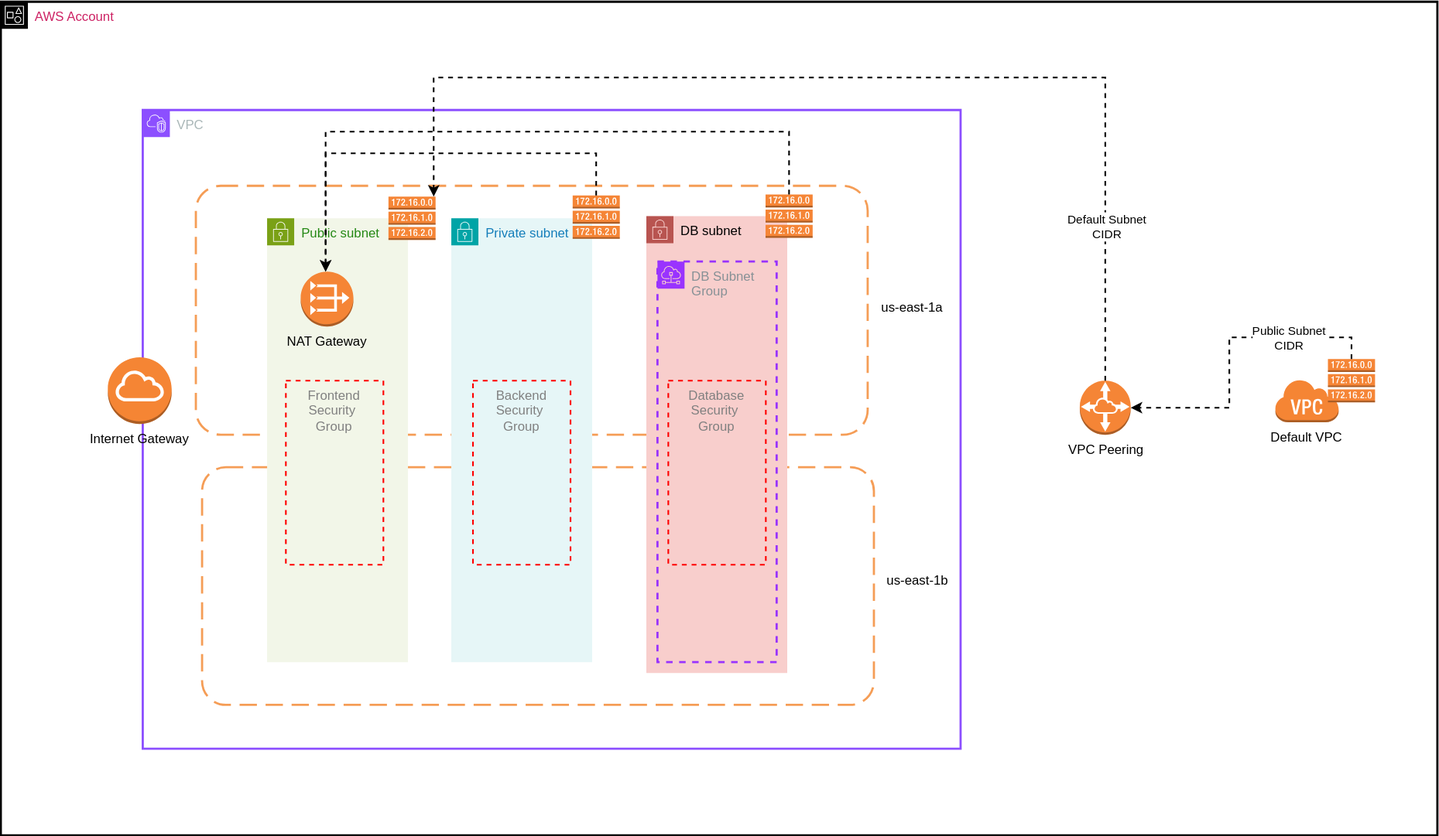
Before: assignment-svgs/vpc-v5.drawio.svg, a diagram exported from draw.io (harsha-commit/daws-terraform). Source tidied: cells renumbered, new cells last; positions are measured from the earlier drawing's top-left corner, leaving out a move shared by most shapes.
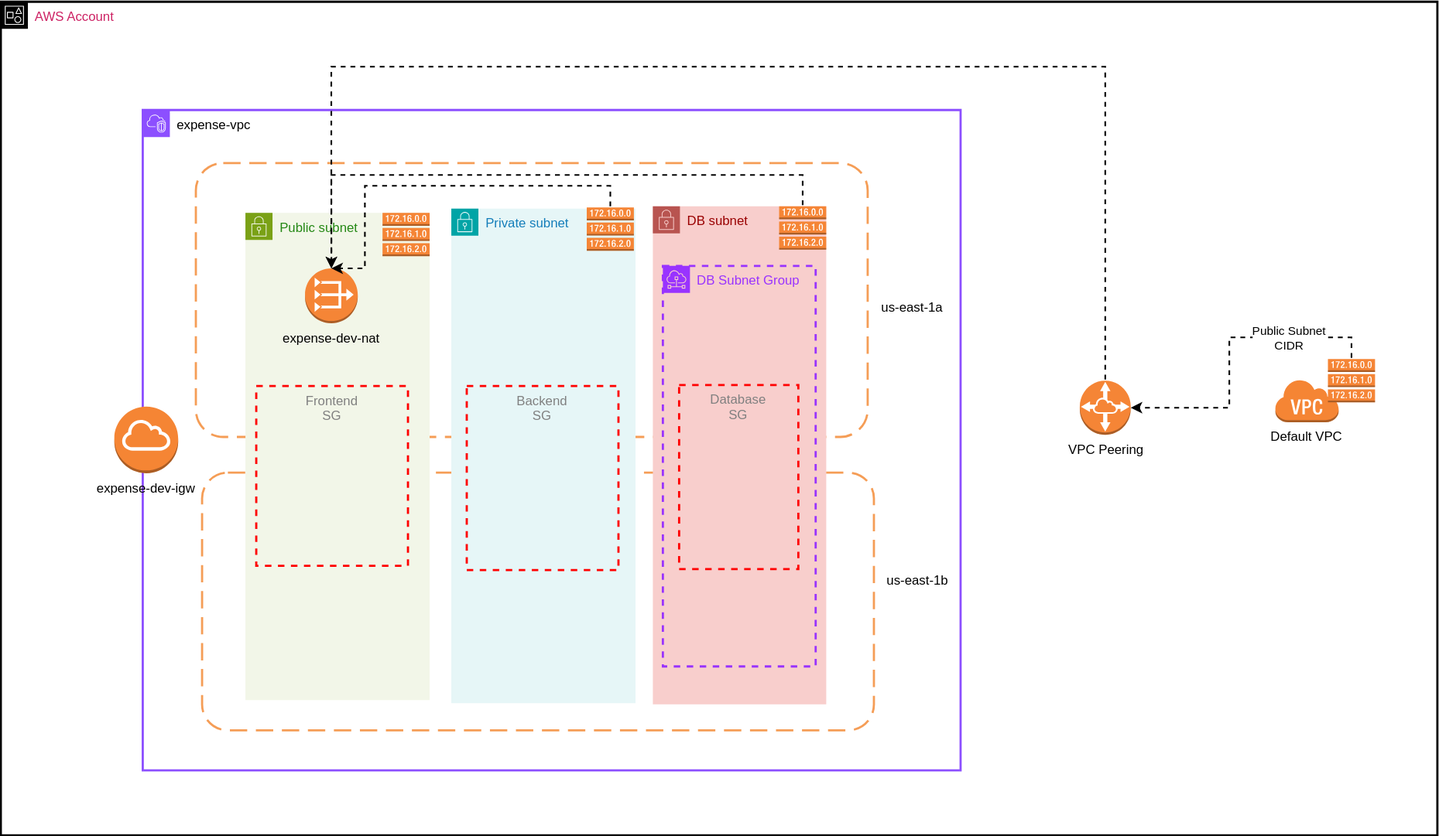
Later version of the same file.

Diff of the diagram source:
```diff
@@ -3,41 +3,35 @@
     <mxCell id="0" />
     <mxCell id="1" value="AZs" parent="0" />
     <mxCell id="2" style="rounded=1;arcSize=10;dashed=1;strokeColor=#F59D56;fillColor=none;gradientColor=none;dashPattern=8 4;strokeWidth=2;" parent="1" vertex="1">
-      <mxGeometry x="180.2" y="170" width="620" height="230" as="geometry" />
+      <mxGeometry x="240.2" y="149" width="620" height="253" as="geometry" />
     </mxCell>
     <mxCell id="3" style="rounded=1;arcSize=10;dashed=1;strokeColor=#F59D56;fillColor=none;gradientColor=none;dashPattern=8 4;strokeWidth=2;" parent="1" vertex="1">
-      <mxGeometry x="186" y="430" width="620" height="219.5" as="geometry" />
+      <mxGeometry x="246" y="435" width="620" height="238" as="geometry" />
     </mxCell>
     <mxCell id="4" value="Main" parent="0" />
     <mxCell id="5" value="Public subnet" style="gradientColor=none;html=1;whiteSpace=wrap;fontSize=12;fontStyle=0;shape=mxgraph.aws4.group;grIcon=mxgraph.aws4.group_security_group;grStroke=0;strokeColor=#7AA116;fillColor=#F2F6E8;verticalAlign=top;align=left;spacingLeft=30;fontColor=#248814;dashed=0;" parent="4" vertex="1">
-      <mxGeometry x="246" y="200" width="130" height="410" as="geometry" />
+      <mxGeometry x="286" y="195" width="170" height="450" as="geometry" />
     </mxCell>
     <mxCell id="6" value="Private subnet" style="gradientColor=none;html=1;whiteSpace=wrap;fontSize=12;fontStyle=0;shape=mxgraph.aws4.group;grIcon=mxgraph.aws4.group_security_group;grStroke=0;strokeColor=#00A4A6;fillColor=#E6F6F7;verticalAlign=top;align=left;spacingLeft=30;fontColor=#147EBA;dashed=0;" parent="4" vertex="1">
-      <mxGeometry x="416" y="200" width="130" height="410" as="geometry" />
+      <mxGeometry x="476" y="191" width="170" height="457" as="geometry" />
     </mxCell>
     <mxCell id="7" style="dashed=0;verticalLabelPosition=bottom;verticalAlign=top;align=center;html=1;shape=mxgraph.aws3.route_table;fillColor=#F58536;gradientColor=none;" parent="4" vertex="1">
-      <mxGeometry x="358" y="180" width="43.5" height="40" as="geometry" />
+      <mxGeometry x="412.5" y="195" width="43.5" height="40" as="geometry" />
     </mxCell>
-    <mxCell id="8" style="outlineConnect=0;dashed=0;verticalLabelPosition=bottom;verticalAlign=top;align=center;html=1;shape=mxgraph.aws3.route_table;fillColor=#F58536;gradientColor=none;" parent="4" vertex="1">
-      <mxGeometry x="528" y="179" width="43.5" height="40" as="geometry" />
-    </mxCell>
-    <mxCell id="9" value="VPC" style="gradientColor=none;html=1;whiteSpace=wrap;fontSize=12;fontStyle=0;shape=mxgraph.aws4.group;grIcon=mxgraph.aws4.group_vpc2;strokeColor=#8C4FFF;fillColor=none;verticalAlign=top;align=left;spacingLeft=30;fontColor=#AAB7B8;dashed=0;strokeWidth=2;" parent="4" vertex="1">
-      <mxGeometry x="131.2" y="100" width="754.8" height="590" as="geometry" />
+    <mxCell id="9" value="&lt;font color=&quot;#000000&quot;&gt;expense-vpc&lt;/font&gt;" style="gradientColor=none;html=1;whiteSpace=wrap;fontSize=12;fontStyle=0;shape=mxgraph.aws4.group;grIcon=mxgraph.aws4.group_vpc2;strokeColor=#8C4FFF;fillColor=none;verticalAlign=top;align=left;spacingLeft=30;fontColor=#AAB7B8;dashed=0;strokeWidth=2;" parent="4" vertex="1">
+      <mxGeometry x="191.2" y="100" width="754.8" height="610" as="geometry" />
     </mxCell>
-    <mxCell id="10" value="Internet Gateway" style="dashed=0;verticalLabelPosition=bottom;verticalAlign=top;align=center;html=1;shape=mxgraph.aws3.internet_gateway;fillColor=#F58534;gradientColor=none;" parent="9" vertex="1">
-      <mxGeometry x="-32.2" y="228.5" width="58.9" height="61.5" as="geometry" />
-    </mxCell>
-    <mxCell id="11" value="DB subnet" style="html=1;whiteSpace=wrap;fontSize=12;fontStyle=0;shape=mxgraph.aws4.group;grIcon=mxgraph.aws4.group_security_group;grStroke=0;strokeColor=#b85450;fillColor=#f8cecc;verticalAlign=top;align=left;spacingLeft=30;dashed=0;" parent="4" vertex="1">
-      <mxGeometry x="596" y="198" width="130" height="422" as="geometry" />
+    <mxCell id="11" value="&lt;font color=&quot;#990000&quot;&gt;DB subnet&lt;/font&gt;" style="html=1;whiteSpace=wrap;fontSize=12;fontStyle=0;shape=mxgraph.aws4.group;grIcon=mxgraph.aws4.group_security_group;grStroke=0;strokeColor=#b85450;fillColor=#f8cecc;verticalAlign=top;align=left;spacingLeft=30;dashed=0;" parent="4" vertex="1">
+      <mxGeometry x="662" y="189" width="160" height="460" as="geometry" />
     </mxCell>
     <mxCell id="12" style="outlineConnect=0;dashed=0;verticalLabelPosition=bottom;verticalAlign=top;align=center;html=1;shape=mxgraph.aws3.route_table;fillColor=#F58536;gradientColor=none;" parent="4" vertex="1">
-      <mxGeometry x="706" y="178" width="43.5" height="40" as="geometry" />
+      <mxGeometry x="778.5" y="189" width="43.5" height="40" as="geometry" />
     </mxCell>
     <mxCell id="13" value="Default VPC" style="dashed=0;verticalLabelPosition=bottom;verticalAlign=top;align=center;html=1;shape=mxgraph.aws3.virtual_private_cloud;fillColor=#F58534;gradientColor=none;" parent="4" vertex="1">
-      <mxGeometry x="1176" y="348.5" width="58.9" height="40" as="geometry" />
+      <mxGeometry x="1236" y="348.5" width="58.9" height="40" as="geometry" />
     </mxCell>
     <mxCell id="14" style="outlineConnect=0;dashed=0;verticalLabelPosition=bottom;verticalAlign=top;align=center;html=1;shape=mxgraph.aws3.route_table;fillColor=#F58536;gradientColor=none;" parent="4" vertex="1">
-      <mxGeometry x="1225" y="330" width="43.5" height="40" as="geometry" />
+      <mxGeometry x="1285" y="330" width="43.5" height="40" as="geometry" />
     </mxCell>
     <mxCell id="15" style="edgeStyle=orthogonalEdgeStyle;rounded=0;jettySize=auto;html=1;exitX=0.5;exitY=0;exitDx=0;exitDy=0;exitPerimeter=0;entryX=1;entryY=0.5;entryDx=0;entryDy=0;entryPerimeter=0;fillColor=#f5f5f5;strokeColor=#000000;strokeWidth=1.5;flowAnimation=1;dashed=1;" parent="4" edge="1" source="14" target="19">
       <mxGeometry relative="1" as="geometry" />
@@ -46,59 +40,62 @@
       <mxGeometry x="-0.45" relative="1" as="geometry" />
     </mxCell>
     <mxCell id="17" value="AWS Account" style="gradientColor=none;html=1;whiteSpace=wrap;fontSize=12;fontStyle=0;shape=mxgraph.aws4.group;grIcon=mxgraph.aws4.group_account;strokeColor=#000000;fillColor=none;verticalAlign=top;align=left;spacingLeft=30;fontColor=#CD2264;dashed=0;strokeWidth=2;" parent="4" vertex="1">
-      <mxGeometry x="0.2" width="1325.8" height="770" as="geometry" />
+      <mxGeometry x="60.2" width="1325.8" height="770" as="geometry" />
     </mxCell>
-    <mxCell id="18" value="NAT Gateway" style="outlineConnect=0;dashed=0;verticalLabelPosition=bottom;verticalAlign=top;align=center;html=1;shape=mxgraph.aws3.vpc_nat_gateway;fillColor=#F58536;gradientColor=none;" parent="17" vertex="1">
-      <mxGeometry x="276.8" y="249.2" width="48.6" height="50.8" as="geometry" />
+    <mxCell id="18" value="expense-dev-nat" style="outlineConnect=0;dashed=0;verticalLabelPosition=bottom;verticalAlign=top;align=center;html=1;shape=mxgraph.aws3.vpc_nat_gateway;fillColor=#F58536;gradientColor=none;" parent="17" vertex="1">
+      <mxGeometry x="280.8" y="246.2" width="48.6" height="50.8" as="geometry" />
     </mxCell>
     <mxCell id="19" value="VPC Peering" style="outlineConnect=0;dashed=0;verticalLabelPosition=bottom;verticalAlign=top;align=center;html=1;shape=mxgraph.aws3.vpc_peering;fillColor=#F58536;gradientColor=none;" parent="17" vertex="1">
       <mxGeometry x="995.8" y="350" width="47" height="50" as="geometry" />
     </mxCell>
-    <mxCell id="20" value="DB Subnet Group" style="sketch=0;gradientColor=none;html=1;whiteSpace=wrap;fontSize=12;fontStyle=0;shape=mxgraph.aws4.group;grIcon=mxgraph.aws4.group_subnet;strokeColor=#9933FF;fillColor=none;verticalAlign=top;align=left;spacingLeft=30;fontColor=#879196;dashed=1;strokeWidth=2;" parent="17" vertex="1">
-      <mxGeometry x="606" y="240" width="110" height="370" as="geometry" />
+    <mxCell id="20" value="&lt;font color=&quot;#9933ff&quot;&gt;DB Subnet Group&lt;/font&gt;" style="sketch=0;gradientColor=none;html=1;whiteSpace=wrap;fontSize=12;fontStyle=0;shape=mxgraph.aws4.group;grIcon=mxgraph.aws4.group_subnet;strokeColor=#9933FF;fillColor=none;verticalAlign=top;align=left;spacingLeft=30;fontColor=#879196;dashed=1;strokeWidth=2;" parent="17" vertex="1">
+      <mxGeometry x="611" y="244" width="141" height="370" as="geometry" />
     </mxCell>
-    <mxCell id="21" value="&lt;div&gt;&lt;font color=&quot;#808080&quot;&gt;Database&lt;/font&gt;&lt;/div&gt;&lt;font color=&quot;#808080&quot;&gt;Security&amp;nbsp;&lt;/font&gt;&lt;div&gt;&lt;font color=&quot;#808080&quot;&gt;Group&lt;/font&gt;&lt;/div&gt;" style="fillColor=none;strokeColor=#FF0000;verticalAlign=top;fontStyle=0;fontColor=#DD3522;whiteSpace=wrap;html=1;dashed=1;strokeWidth=1.5;" parent="17" vertex="1">
-      <mxGeometry x="616" y="350" width="90" height="170" as="geometry" />
+    <mxCell id="21" value="&lt;div&gt;&lt;font color=&quot;#808080&quot;&gt;Database&lt;/font&gt;&lt;/div&gt;&lt;font color=&quot;#808080&quot;&gt;S&lt;/font&gt;&lt;span style=&quot;color: rgb(128, 128, 128); background-color: initial;&quot;&gt;G&lt;/span&gt;" style="fillColor=none;strokeColor=#FF0000;verticalAlign=top;fontStyle=0;fontColor=#DD3522;whiteSpace=wrap;html=1;dashed=1;strokeWidth=2;" parent="17" vertex="1">
+      <mxGeometry x="626" y="354" width="110" height="170" as="geometry" />
     </mxCell>
-    <mxCell id="22" value="&lt;font color=&quot;#808080&quot;&gt;Backend&lt;br&gt;Security&amp;nbsp;&lt;/font&gt;&lt;div&gt;&lt;font color=&quot;#808080&quot;&gt;Group&lt;/font&gt;&lt;/div&gt;" style="fillColor=none;strokeColor=#FF0000;verticalAlign=top;fontStyle=0;fontColor=#DD3522;whiteSpace=wrap;html=1;dashed=1;strokeWidth=1.5;" parent="17" vertex="1">
-      <mxGeometry x="435.8" y="350" width="90" height="170" as="geometry" />
+    <mxCell id="22" value="&lt;font color=&quot;#808080&quot;&gt;Backend&lt;br&gt;S&lt;/font&gt;&lt;span style=&quot;color: rgb(128, 128, 128); background-color: initial;&quot;&gt;G&lt;/span&gt;" style="fillColor=none;strokeColor=#FF0000;verticalAlign=top;fontStyle=0;fontColor=#DD3522;whiteSpace=wrap;html=1;dashed=1;strokeWidth=2;" parent="17" vertex="1">
+      <mxGeometry x="430" y="355" width="140" height="170" as="geometry" />
     </mxCell>
-    <mxCell id="23" value="&lt;font color=&quot;#808080&quot;&gt;Frontend&lt;br&gt;Security&amp;nbsp;&lt;/font&gt;&lt;div&gt;&lt;font color=&quot;#808080&quot;&gt;Group&lt;/font&gt;&lt;/div&gt;" style="fillColor=none;strokeColor=#FF0000;verticalAlign=top;fontStyle=0;fontColor=#DD3522;whiteSpace=wrap;html=1;dashed=1;strokeWidth=1.5;" parent="17" vertex="1">
-      <mxGeometry x="263.1" y="350" width="90" height="170" as="geometry" />
-    </mxCell>
     <mxCell id="24" value="us-east-1b" style="text;html=1;align=center;verticalAlign=middle;strokeColor=none;fillColor=none;" parent="17" vertex="1">
       <mxGeometry x="805.8" y="520" width="80" height="30" as="geometry" />
     </mxCell>
+    <mxCell id="10" value="expense-dev-igw" style="dashed=0;verticalLabelPosition=bottom;verticalAlign=top;align=center;html=1;shape=mxgraph.aws3.internet_gateway;fillColor=#F58534;gradientColor=none;" parent="17" vertex="1">
+      <mxGeometry x="104.8" y="374" width="58.9" height="61.5" as="geometry" />
+    </mxCell>
+    <mxCell id="8" style="outlineConnect=0;dashed=0;verticalLabelPosition=bottom;verticalAlign=top;align=center;html=1;shape=mxgraph.aws3.route_table;fillColor=#F58536;gradientColor=none;" parent="17" vertex="1">
+      <mxGeometry x="540.8" y="190" width="43.5" height="40" as="geometry" />
+    </mxCell>
-    <mxCell id="25" style="edgeStyle=orthogonalEdgeStyle;rounded=0;jettySize=auto;html=1;entryX=0.5;entryY=0;entryDx=0;entryDy=0;entryPerimeter=0;strokeWidth=1.5;flowAnimation=1;dashed=1;" parent="4" edge="1" source="8" target="18">
+    <mxCell id="25" style="edgeStyle=orthogonalEdgeStyle;rounded=0;jettySize=auto;html=1;exitX=0.5;exitY=0;exitDx=0;exitDy=0;exitPerimeter=0;entryX=0.5;entryY=0;entryDx=0;entryDy=0;entryPerimeter=0;flowAnimation=1;dashed=1;strokeWidth=1.5;" parent="17" edge="1" source="8" target="18">
       <mxGeometry relative="1" as="geometry">
         <Array as="points">
-          <mxPoint x="550" y="140" />
-          <mxPoint x="300" y="140" />
+          <mxPoint x="562" y="170" />
+          <mxPoint x="336" y="170" />
+          <mxPoint x="336" y="246" />
         </Array>
       </mxGeometry>
     </mxCell>
+    <mxCell id="30" style="edgeStyle=orthogonalEdgeStyle;rounded=0;jettySize=auto;html=1;exitX=0.5;exitY=0;exitDx=0;exitDy=0;exitPerimeter=0;entryX=0.5;entryY=0;entryDx=0;entryDy=0;entryPerimeter=0;strokeWidth=1.5;dashed=1;flowAnimation=1;" parent="17" edge="1" source="19" target="18">
+      <mxGeometry relative="1" as="geometry">
+        <Array as="points">
+          <mxPoint x="1019" y="60" />
+          <mxPoint x="305" y="60" />
+        </Array>
+      </mxGeometry>
+    </mxCell>
+    <mxCell id="29" value="us-east-1a" style="text;html=1;align=center;verticalAlign=middle;strokeColor=none;fillColor=none;" parent="4" vertex="1">
+      <mxGeometry x="861" y="268" width="80" height="30" as="geometry" />
+    </mxCell>
+    <mxCell id="31" value="&lt;font color=&quot;#808080&quot;&gt;Frontend&lt;/font&gt;&lt;br&gt;&lt;div&gt;&lt;font color=&quot;#808080&quot;&gt;S&lt;/font&gt;&lt;span style=&quot;color: rgb(128, 128, 128); background-color: initial;&quot;&gt;G&lt;/span&gt;&lt;/div&gt;" style="fillColor=none;strokeColor=#FF0000;verticalAlign=top;fontStyle=0;fontColor=#DD3522;whiteSpace=wrap;html=1;dashed=1;strokeWidth=2;" parent="4" vertex="1">
+      <mxGeometry x="296" y="355" width="140" height="166" as="geometry" />
+    </mxCell>
-    <mxCell id="26" style="edgeStyle=orthogonalEdgeStyle;rounded=0;jettySize=auto;html=1;entryX=0.5;entryY=0;entryDx=0;entryDy=0;entryPerimeter=0;strokeWidth=1.5;flowAnimation=1;dashed=1;" parent="4" edge="1" source="12" target="18">
+    <mxCell id="26" style="edgeStyle=orthogonalEdgeStyle;rounded=0;jettySize=auto;html=1;exitX=0.5;exitY=0;exitDx=0;exitDy=0;exitPerimeter=0;entryX=0.5;entryY=0;entryDx=0;entryDy=0;entryPerimeter=0;flowAnimation=1;dashed=1;strokeWidth=1.5;" parent="4" edge="1" source="12" target="18">
       <mxGeometry relative="1" as="geometry">
         <Array as="points">
-          <mxPoint x="728" y="120" />
-          <mxPoint x="300" y="120" />
+          <mxPoint x="800" y="160" />
+          <mxPoint x="365" y="160" />
         </Array>
       </mxGeometry>
     </mxCell>
-    <mxCell id="27" style="edgeStyle=orthogonalEdgeStyle;rounded=0;jettySize=auto;html=1;exitX=0.5;exitY=0;exitDx=0;exitDy=0;exitPerimeter=0;entryX=0.5;entryY=0;entryDx=0;entryDy=0;entryPerimeter=0;dashed=1;flowAnimation=1;strokeWidth=1.5;" parent="4" edge="1" source="19">
-      <mxGeometry relative="1" as="geometry">
-        <mxPoint x="399.7" y="180" as="targetPoint" />
-        <Array as="points">
-          <mxPoint x="1020" y="70" />
-          <mxPoint x="400" y="70" />
-        </Array>
-      </mxGeometry>
-    </mxCell>
-    <mxCell id="28" value="Default Subnet&lt;br&gt;CIDR" style="edgeLabel;html=1;align=center;verticalAlign=middle;" parent="27" vertex="1">
-      <mxGeometry x="-0.72" y="-1" relative="1" as="geometry" />
-    </mxCell>
-    <mxCell id="29" value="us-east-1a" style="text;html=1;align=center;verticalAlign=middle;strokeColor=none;fillColor=none;" parent="4" vertex="1">
-      <mxGeometry x="801" y="268" width="80" height="30" as="geometry" />
-    </mxCell>
   </root>
 </mxGraphModel>
```
